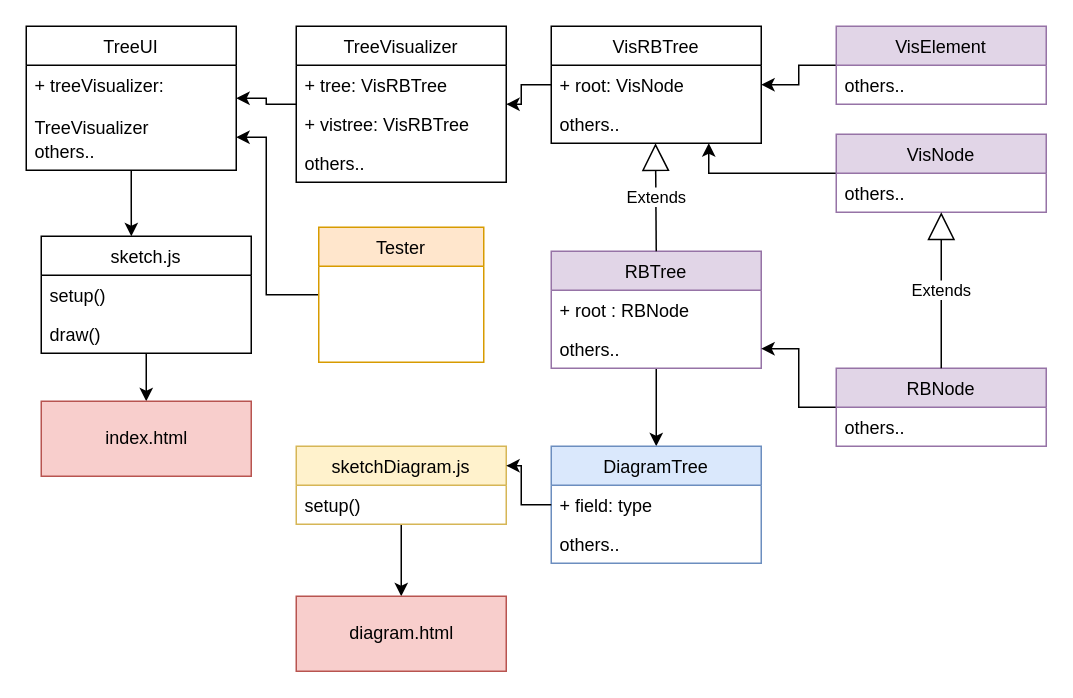
Gaber97/RBTree keeps this draw.io diagram as page "Classes" (1 of 10) of classes.drawio. Above is the earlier version. Source tidied: cells renumbered, new cells numbered last; positions are measured from the earlier drawing's top-left corner, leaving out a move shared by most shapes. Both pictures are drawn from the tidied source at 150%, with x=0, y=0 at pixel (26, 26).
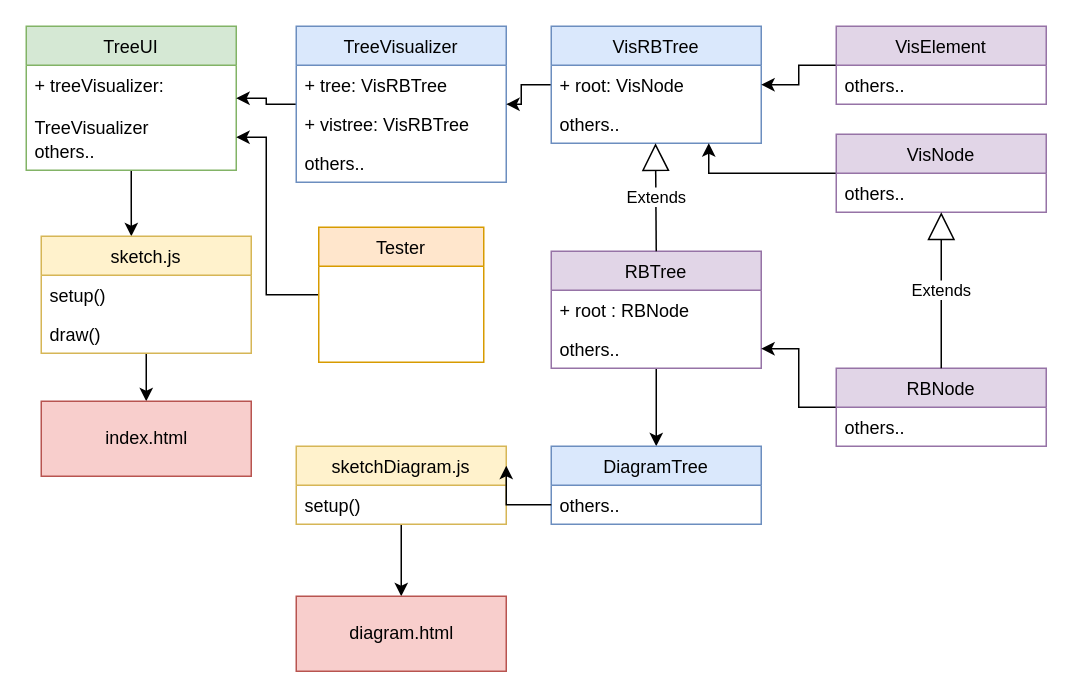
The same page after the edit.

Unchanged cells that the change refers to:
```xml
<mxCell id="32" value="sketchDiagram.js" style="swimlane;fontStyle=0;horizontal=1;startSize=26;fillColor=#fff2cc;strokeColor=#d6b656;" parent="1" vertex="1">
  <mxGeometry x="180" y="280" width="140" height="52" as="geometry" />
</mxCell>
```

Change to the diagram source:
```diff
@@
-    <mxCell id="3" value="TreeUI" style="swimlane;fontStyle=0;horizontal=1;startSize=26;" parent="1" vertex="1">
+    <mxCell id="3" value="TreeUI" style="swimlane;fontStyle=0;horizontal=1;startSize=26;fillColor=#d5e8d4;strokeColor=#82b366;" parent="1" vertex="1">
       <mxGeometry width="140" height="96" as="geometry" />
     </mxCell>
@@
-    <mxCell id="7" value="TreeVisualizer" style="swimlane;fontStyle=0;horizontal=1;startSize=26;" parent="1" vertex="1">
+    <mxCell id="7" value="TreeVisualizer" style="swimlane;fontStyle=0;horizontal=1;startSize=26;fillColor=#dae8fc;strokeColor=#6c8ebf;" parent="1" vertex="1">
       <mxGeometry x="180" width="140" height="104" as="geometry" />
     </mxCell>
@@
-    <mxCell id="12" value="VisRBTree" style="swimlane;fontStyle=0;horizontal=1;startSize=26;" parent="1" vertex="1">
+    <mxCell id="12" value="VisRBTree" style="swimlane;fontStyle=0;horizontal=1;startSize=26;fillColor=#dae8fc;strokeColor=#6c8ebf;" parent="1" vertex="1">
       <mxGeometry x="350" width="140" height="78" as="geometry" />
     </mxCell>
@@
     <mxCell id="25" value="DiagramTree" style="swimlane;fontStyle=0;horizontal=1;startSize=26;fillColor=#dae8fc;strokeColor=#6c8ebf;" parent="1" vertex="1">
-      <mxGeometry x="350" y="280" width="140" height="78" as="geometry" />
+      <mxGeometry x="350" y="280" width="140" height="52" as="geometry" />
     </mxCell>
-    <mxCell id="26" value="+ field: type" style="text;strokeColor=none;fillColor=none;align=left;verticalAlign=top;spacingLeft=4;spacingRight=4;overflow=hidden;points=[[0,0.5],[1,0.5]];portConstraint=eastwest;" parent="25" vertex="1">
-      <mxGeometry y="26" width="140" height="26" as="geometry" />
-    </mxCell>
     <mxCell id="27" value="others.." style="text;strokeColor=none;fillColor=none;align=left;verticalAlign=top;spacingLeft=4;spacingRight=4;overflow=hidden;" parent="25" vertex="1">
-      <mxGeometry y="52" width="140" height="26" as="geometry" />
+      <mxGeometry y="26" width="140" height="26" as="geometry" />
     </mxCell>
@@
-    <mxCell id="35" value="sketch.js" style="swimlane;fontStyle=0;horizontal=1;startSize=26;" parent="1" vertex="1">
+    <mxCell id="35" value="sketch.js" style="swimlane;fontStyle=0;horizontal=1;startSize=26;fillColor=#fff2cc;strokeColor=#d6b656;" parent="1" vertex="1">
       <mxGeometry x="10" y="140" width="140" height="78" as="geometry" />
     </mxCell>
@@
-    <mxCell id="40" style="edgeStyle=orthogonalEdgeStyle;rounded=0;jettySize=auto;html=1;entryX=1;entryY=0.25;entryDx=0;entryDy=0;startArrow=none;startFill=0;" parent="1" edge="1" source="26" target="32">
-      <mxGeometry relative="1" as="geometry" />
+    <mxCell id="40" style="edgeStyle=orthogonalEdgeStyle;rounded=0;jettySize=auto;html=1;entryX=1;entryY=0.25;entryDx=0;entryDy=0;startArrow=none;startFill=0;" parent="1" edge="1" target="32">
+      <mxGeometry relative="1" as="geometry">
+        <mxPoint x="350" y="319" as="sourcePoint" />
+      </mxGeometry>
     </mxCell>
```
